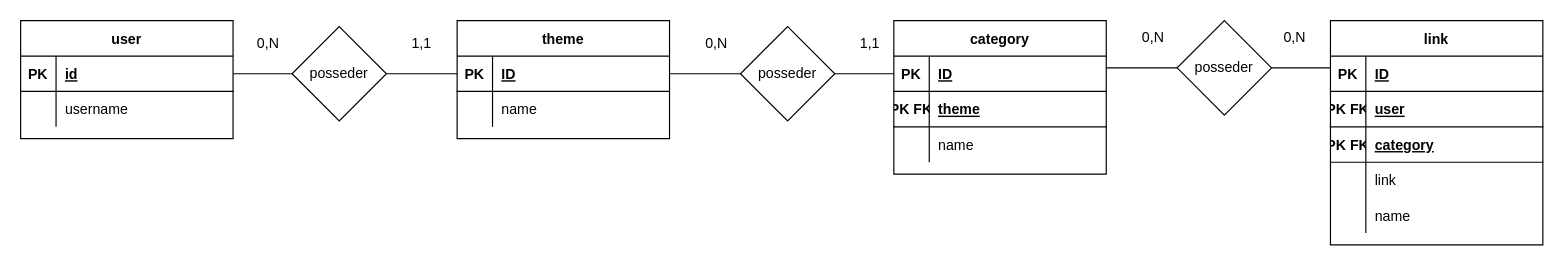
Above: page "Page-2" (2 of 2) of homepageDatabase.drawio in Daniere-Mathieu/homepage (draw.io), before the change. Source tidied: cells renumbered, new cells numbered last; positions are measured from the earlier drawing's top-left corner, leaving out a move shared by most shapes. Both pictures are drawn from the tidied source at 118%, with x=0, y=0 at pixel (20, 20).
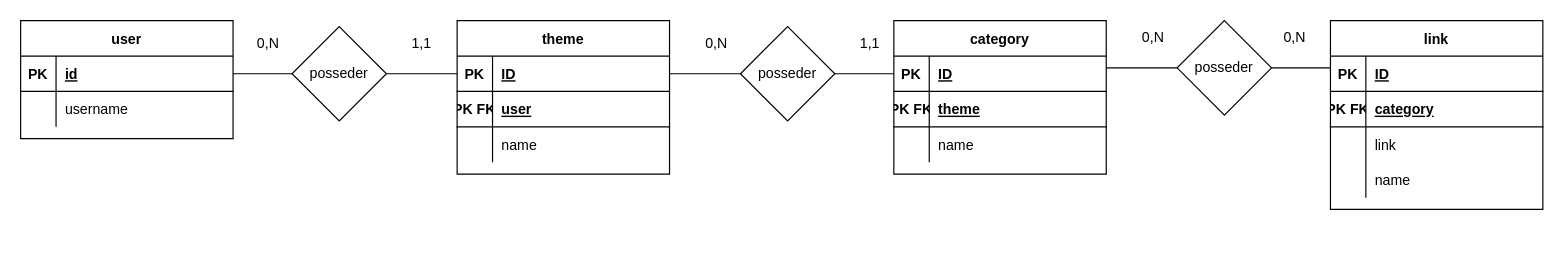
After the change.

The edit, as a diff of the source:
```diff
@@
     <mxCell id="9" value="link" style="shape=table;startSize=30;childLayout=tableLayout;rowLines=0;fontStyle=1;align=center;" parent="1" vertex="1">
-      <mxGeometry x="1110" width="180" height="190" as="geometry" />
+      <mxGeometry x="1110" width="180" height="160" as="geometry" />
     </mxCell>
@@
-    <mxCell id="13" style="shape=tableRow;horizontal=0;startSize=0;swimlaneHead=0;swimlaneBody=0;fillColor=none;top=0;left=0;right=0;bottom=1;" parent="9" vertex="1">
-      <mxGeometry y="60" width="180" height="30" as="geometry" />
-    </mxCell>
-    <mxCell id="14" value="PK FK" style="shape=partialRectangle;fillColor=none;top=0;left=0;bottom=0;right=0;fontStyle=1;overflow=hidden;" parent="13" vertex="1">
-      <mxGeometry width="30" height="30" as="geometry" />
-    </mxCell>
-    <mxCell id="15" value="user" style="shape=partialRectangle;fillColor=none;top=0;left=0;bottom=0;right=0;align=left;spacingLeft=6;fontStyle=5;overflow=hidden;" parent="13" vertex="1">
-      <mxGeometry x="30" width="150" height="30" as="geometry" />
-    </mxCell>
     <mxCell id="16" style="shape=tableRow;horizontal=0;startSize=0;swimlaneHead=0;swimlaneBody=0;fillColor=none;top=0;left=0;right=0;bottom=1;" parent="9" vertex="1">
-      <mxGeometry y="90" width="180" height="30" as="geometry" />
+      <mxGeometry y="60" width="180" height="30" as="geometry" />
     </mxCell>
@@
     <mxCell id="19" style="shape=tableRow;horizontal=0;startSize=0;swimlaneHead=0;swimlaneBody=0;fillColor=none;top=0;left=0;right=0;bottom=0;" parent="9" vertex="1">
-      <mxGeometry y="120" width="180" height="30" as="geometry" />
+      <mxGeometry y="90" width="180" height="30" as="geometry" />
     </mxCell>
@@
     <mxCell id="22" style="shape=tableRow;horizontal=0;startSize=0;swimlaneHead=0;swimlaneBody=0;fillColor=none;top=0;left=0;right=0;bottom=0;" parent="9" vertex="1">
-      <mxGeometry y="150" width="180" height="30" as="geometry" />
+      <mxGeometry y="120" width="180" height="30" as="geometry" />
     </mxCell>
@@
     <mxCell id="25" value="theme" style="shape=table;startSize=30;childLayout=tableLayout;rowLines=0;fontStyle=1;align=center;" parent="1" vertex="1">
-      <mxGeometry x="369.9" width="180" height="100" as="geometry" />
+      <mxGeometry x="369.9" width="180" height="130" as="geometry" />
     </mxCell>
@@
+    <mxCell id="13" style="shape=tableRow;horizontal=0;startSize=0;swimlaneHead=0;swimlaneBody=0;fillColor=none;top=0;left=0;right=0;bottom=1;" parent="25" vertex="1">
+      <mxGeometry y="60" width="180" height="30" as="geometry" />
+    </mxCell>
+    <mxCell id="14" value="PK FK" style="shape=partialRectangle;fillColor=none;top=0;left=0;bottom=0;right=0;fontStyle=1;overflow=hidden;" parent="13" vertex="1">
+      <mxGeometry width="30" height="30" as="geometry" />
+    </mxCell>
+    <mxCell id="15" value="user" style="shape=partialRectangle;fillColor=none;top=0;left=0;bottom=0;right=0;align=left;spacingLeft=6;fontStyle=5;overflow=hidden;" parent="13" vertex="1">
+      <mxGeometry x="30" width="150" height="30" as="geometry" />
+    </mxCell>
     <mxCell id="29" style="shape=tableRow;horizontal=0;startSize=0;swimlaneHead=0;swimlaneBody=0;fillColor=none;top=0;left=0;right=0;bottom=0;" parent="25" vertex="1">
-      <mxGeometry y="60" width="180" height="30" as="geometry" />
+      <mxGeometry y="90" width="180" height="30" as="geometry" />
     </mxCell>
```
